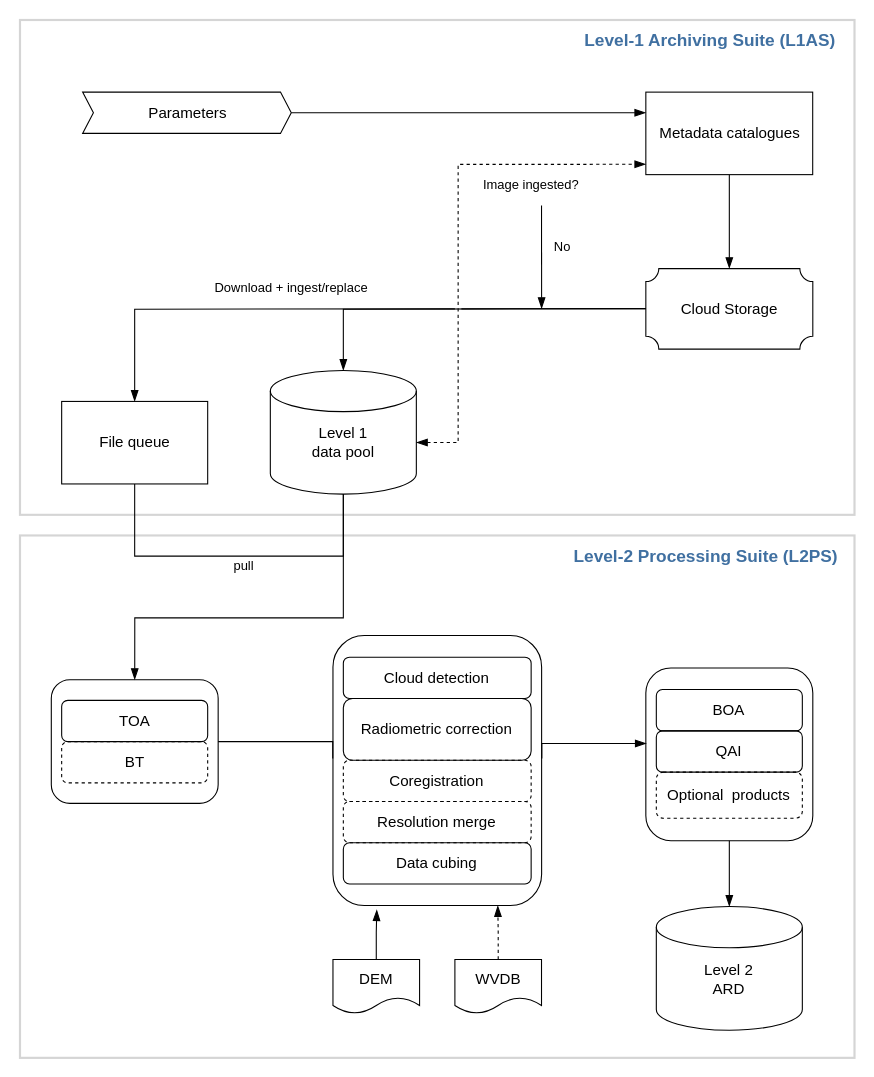
Above: source/figures/drawio/force.drawio in maawoo/TDC_thesis (draw.io), before the change. Source tidied: cells renumbered, new cells numbered last; positions are measured from the earlier drawing's top-left corner, leaving out a move shared by most shapes. Both pictures are drawn from the tidied source at 108%, with x=0, y=0 at pixel (19, 19).
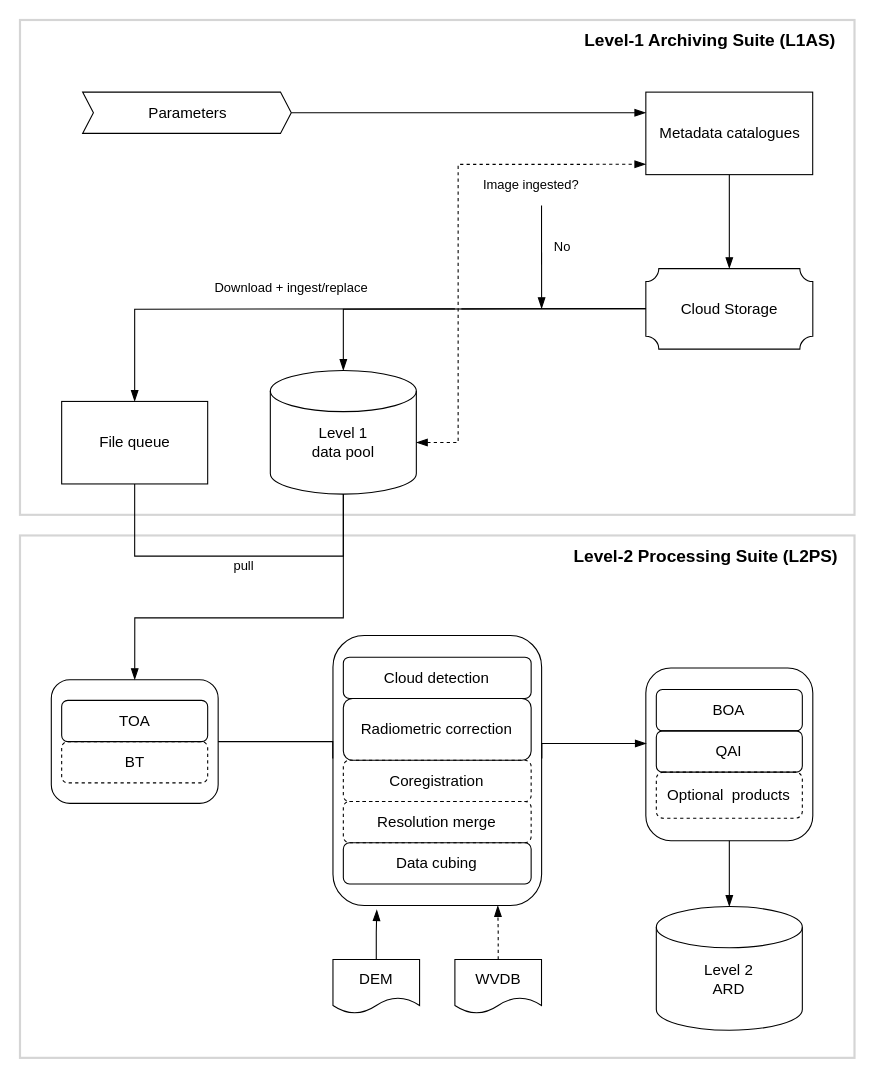
The same diagram, later.

Commit message (it also covers changes not shown here):
Minor figure adjustments

Change to the diagram source:
```diff
@@
-    <mxCell id="24" value="&lt;b&gt;&lt;font color=&quot;#4070a1&quot; style=&quot;font-size: 16px&quot;&gt;Level-1 Archiving Suite (L1AS)&lt;/font&gt;&lt;/b&gt;" style="text;html=1;strokeColor=none;fillColor=none;align=left;verticalAlign=middle;whiteSpace=wrap;rounded=0;" parent="1" vertex="1">
+    <mxCell id="24" value="&lt;b&gt;&lt;font style=&quot;font-size: 16px&quot;&gt;Level-1 Archiving Suite (L1AS)&lt;/font&gt;&lt;/b&gt;" style="text;html=1;strokeColor=none;fillColor=none;align=left;verticalAlign=middle;whiteSpace=wrap;rounded=0;" parent="1" vertex="1">
       <mxGeometry x="521.4" width="251.4" height="38.2" as="geometry" />
     </mxCell>
-    <mxCell id="25" value="&lt;b&gt;&lt;font color=&quot;#4070a1&quot; style=&quot;font-size: 16px&quot;&gt;Level-2 Processing Suite (L2PS)&lt;/font&gt;&lt;/b&gt;" style="text;html=1;strokeColor=none;fillColor=none;align=left;verticalAlign=middle;whiteSpace=wrap;rounded=0;" parent="1" vertex="1">
+    <mxCell id="25" value="&lt;b&gt;&lt;font style=&quot;font-size: 16px&quot;&gt;Level-2 Processing Suite (L2PS)&lt;/font&gt;&lt;/b&gt;" style="text;html=1;strokeColor=none;fillColor=none;align=left;verticalAlign=middle;whiteSpace=wrap;rounded=0;" parent="1" vertex="1">
       <mxGeometry x="511.4" y="477.3" width="261.4" height="38.2" as="geometry" />
     </mxCell>
```
